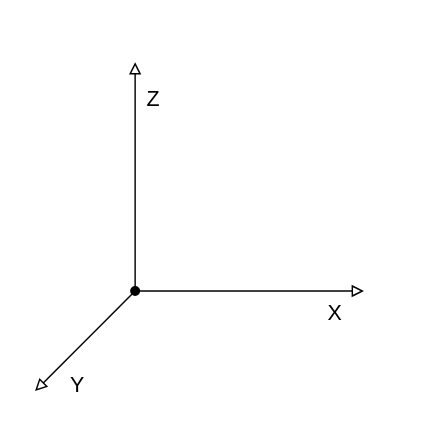
The draw.io diagram PAPERWORK/论文图例/world_axis.drawio in lorenz-liu/gaze-dominant-manipulation, before the edit. Source tidied: cells renumbered, new cells numbered last; positions are measured from the earlier drawing's top-left corner, leaving out a move shared by most shapes. Both pictures are drawn from the tidied source at 143%, with x=0, y=0 at pixel (34, 61).
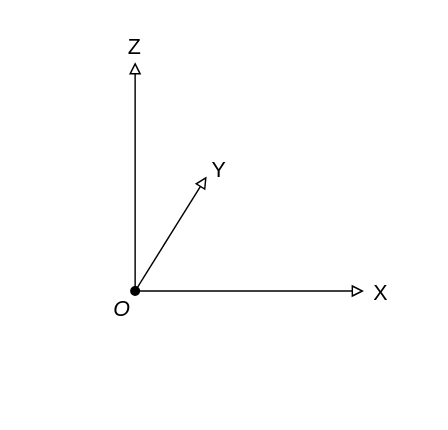
Above is the later version.

What changed in the source:
```diff
@@
 <mxGraphModel>
   <root>
     <mxCell id="0" />
     <mxCell id="1" parent="0" />
     <mxCell id="2" style="endArrow=block;html=1;rounded=0;endFill=0;" parent="1" edge="1">
       <mxGeometry relative="1" as="geometry">
         <mxPoint x="70" y="160" as="sourcePoint" />
-        <mxPoint y="230" as="targetPoint" />
+        <mxPoint x="120" y="80" as="targetPoint" />
       </mxGeometry>
     </mxCell>
     <mxCell id="3" style="endArrow=block;html=1;rounded=0;endFill=0;" parent="1" edge="1">
       <mxGeometry relative="1" as="geometry">
         <mxPoint x="70" y="160" as="sourcePoint" />
         <mxPoint x="230" y="160" as="targetPoint" />
       </mxGeometry>
     </mxCell>
     <mxCell id="4" style="endArrow=block;html=1;rounded=0;startArrow=oval;startFill=1;endFill=0;" parent="1" edge="1">
       <mxGeometry relative="1" as="geometry">
         <mxPoint x="70" y="160" as="sourcePoint" />
         <mxPoint x="70" as="targetPoint" />
       </mxGeometry>
     </mxCell>
     <mxCell id="5" value="&lt;font style=&quot;font-size: 15px;&quot;&gt;Y&lt;/font&gt;" style="text;html=1;strokeColor=none;fillColor=none;align=center;verticalAlign=middle;whiteSpace=wrap;rounded=0;" parent="1" vertex="1">
-      <mxGeometry y="210" width="60" height="30" as="geometry" />
+      <mxGeometry x="99" y="60" width="60" height="30" as="geometry" />
     </mxCell>
     <mxCell id="6" value="&lt;font style=&quot;font-size: 15px;&quot;&gt;X&lt;/font&gt;" style="text;html=1;strokeColor=none;fillColor=none;align=center;verticalAlign=middle;whiteSpace=wrap;rounded=0;" parent="1" vertex="1">
-      <mxGeometry x="180" y="160" width="60" height="30" as="geometry" />
+      <mxGeometry x="212" y="146" width="60" height="30" as="geometry" />
     </mxCell>
     <mxCell id="7" value="&lt;font style=&quot;font-size: 15px;&quot;&gt;Z&lt;/font&gt;" style="text;html=1;strokeColor=none;fillColor=none;align=center;verticalAlign=middle;whiteSpace=wrap;rounded=0;" parent="1" vertex="1">
-      <mxGeometry x="53" y="10" width="60" height="30" as="geometry" />
+      <mxGeometry x="40" y="-26" width="60" height="30" as="geometry" />
     </mxCell>
+    <mxCell id="8" value="&lt;font style=&quot;font-size: 15px;&quot;&gt;&lt;i&gt;O&lt;/i&gt;&lt;/font&gt;" style="text;html=1;strokeColor=none;fillColor=none;align=center;verticalAlign=middle;whiteSpace=wrap;rounded=0;" parent="1" vertex="1">
+      <mxGeometry x="31" y="157" width="60" height="30" as="geometry" />
+    </mxCell>
   </root>
 </mxGraphModel>
```
